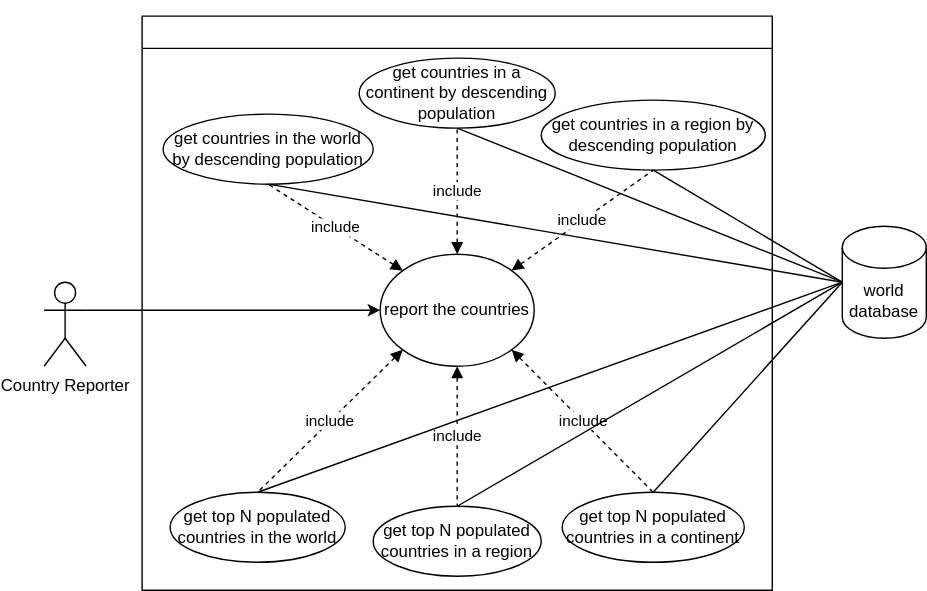
Above: use-cases/CountryReporterUseCase.svg in naingkhanthtet/devopteam4 (draw.io), before the change. Source tidied: cells renumbered, new cells last; positions are measured from the earlier drawing's top-left corner, leaving out a move shared by most shapes.
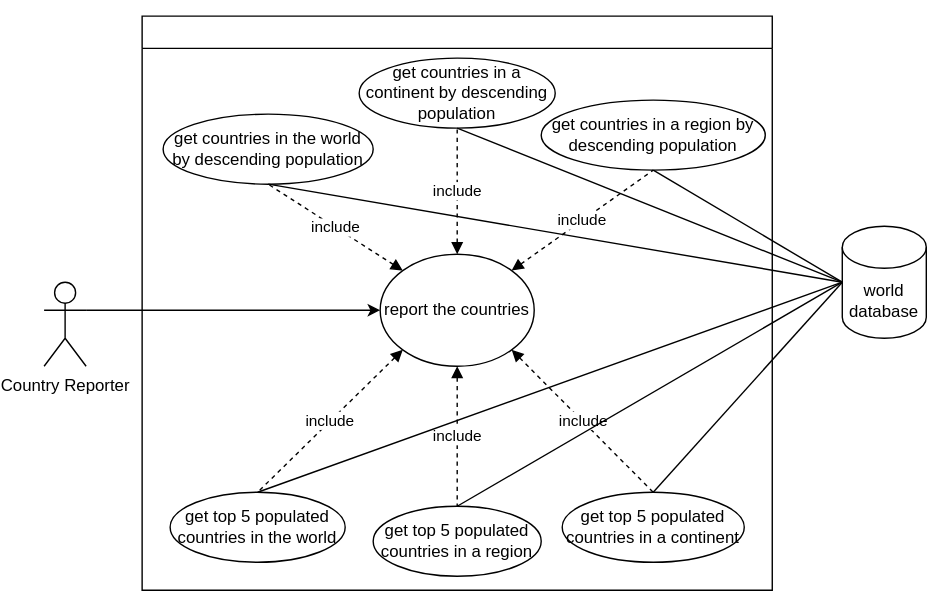
After the commit.

Commit message:
use case diagrams updated

Diff of the diagram source:
```diff
@@ -14,13 +14,13 @@
     <mxCell id="5" value="get countries in a continent by descending population" style="ellipse;whiteSpace=wrap;html=1;" parent="3" vertex="1">
       <mxGeometry x="155" y="30" width="140" height="50" as="geometry" />
     </mxCell>
-    <mxCell id="6" value="get top N populated countries in the world" style="ellipse;whiteSpace=wrap;html=1;" parent="3" vertex="1">
+    <mxCell id="6" value="get top 5 populated countries in the world" style="ellipse;whiteSpace=wrap;html=1;" parent="3" vertex="1">
       <mxGeometry x="20" y="340" width="125" height="50" as="geometry" />
     </mxCell>
-    <mxCell id="7" value="get top N populated countries in a continent" style="ellipse;whiteSpace=wrap;html=1;" parent="3" vertex="1">
+    <mxCell id="7" value="get top 5 populated countries in a continent" style="ellipse;whiteSpace=wrap;html=1;" parent="3" vertex="1">
       <mxGeometry x="300" y="340" width="130" height="50" as="geometry" />
     </mxCell>
-    <mxCell id="8" value="get top N populated countries in a region" style="ellipse;whiteSpace=wrap;html=1;" parent="3" vertex="1">
+    <mxCell id="8" value="get top 5 populated countries in a region" style="ellipse;whiteSpace=wrap;html=1;" parent="3" vertex="1">
       <mxGeometry x="165" y="350" width="120" height="50" as="geometry" />
     </mxCell>
     <mxCell id="9" value="report the countries" style="ellipse;whiteSpace=wrap;html=1;" parent="3" vertex="1">
```
